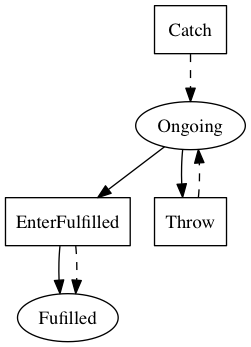
Before: linear_state_machine_language/pyL4/examples_graphviz_out/degenerate/minimal_future-actions.png, a diagram exported from Graphviz (Marcao02/complaw-deeptech). Its source is kept beside it as linear_state_machine_language/pyL4/examples_graphviz_out/degenerate/minimal_future-actions.dot.
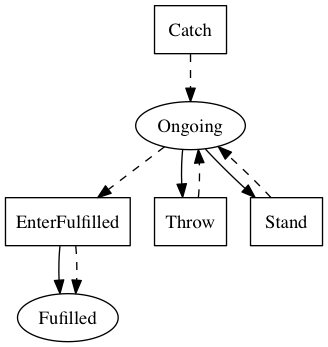
Later version of the same file.

Diff of the diagram source:
```diff
@@ -5,15 +5,18 @@
 
     EnterFulfilled[label=EnterFufilled,shape=box];
     Throw[label=Throw,shape=box];
+	Stand[label=Stand,shape=box];
 	Catch[label=Catch,shape=box];
 	EnterFulfilled[label=EnterFulfilled,shape=box]
 
     EnterFulfilled -> Fulfilled;
 
-    Ongoing -> EnterFulfilled;
-	Ongoing -> Throw
+    Ongoing -> Throw;
+	Ongoing -> Stand;
+	Ongoing -> EnterFulfilled [style=dashed]
 
     Throw -> Ongoing [style=dashed];
+	Stand -> Ongoing [style=dashed];
 	Catch -> Ongoing [style=dashed];
 	EnterFulfilled -> Fulfilled [style=dashed];
 
```
